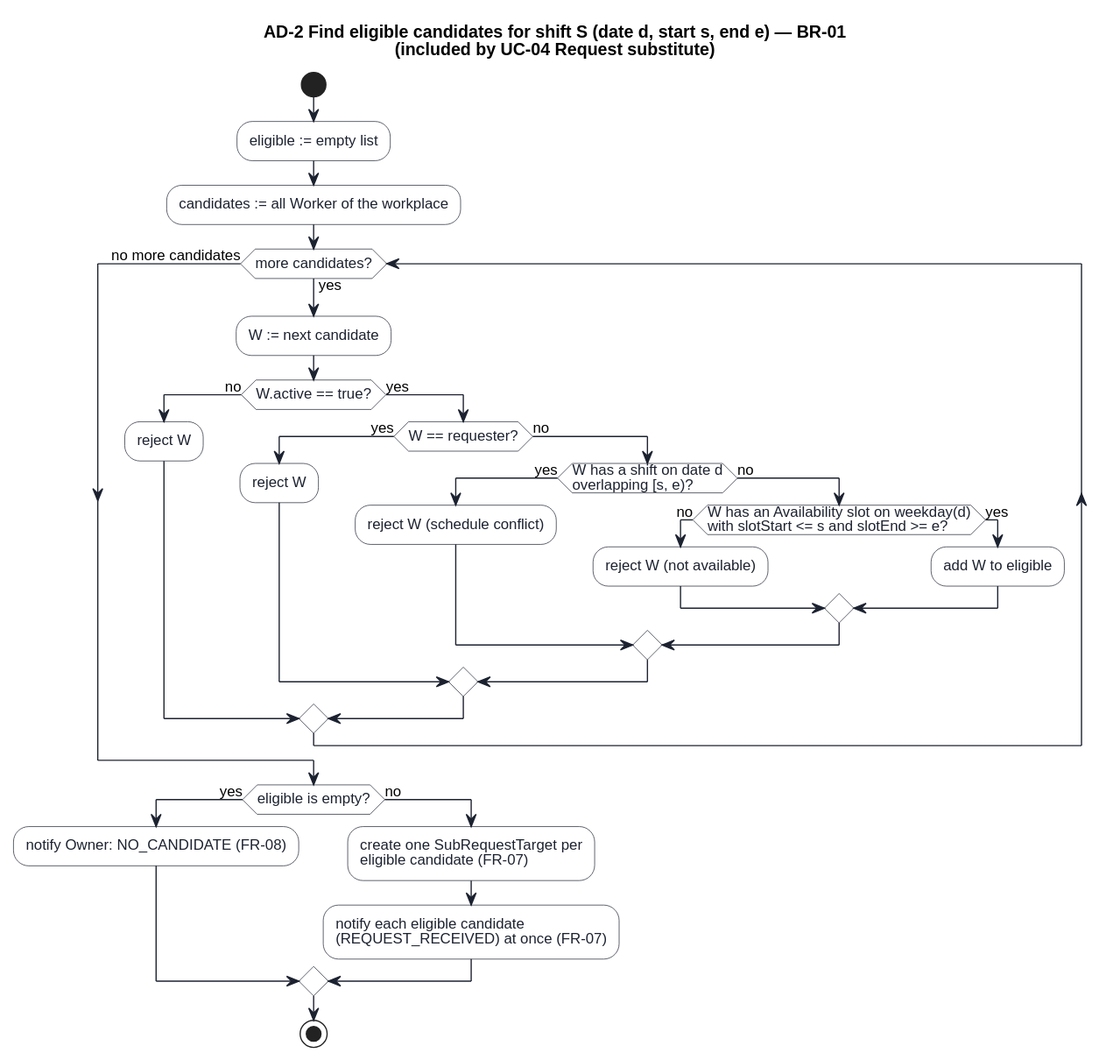
keemlogan/shiftswap keeps this PlantUML diagram as uml/activity-candidates.svg. Above is the earlier version.
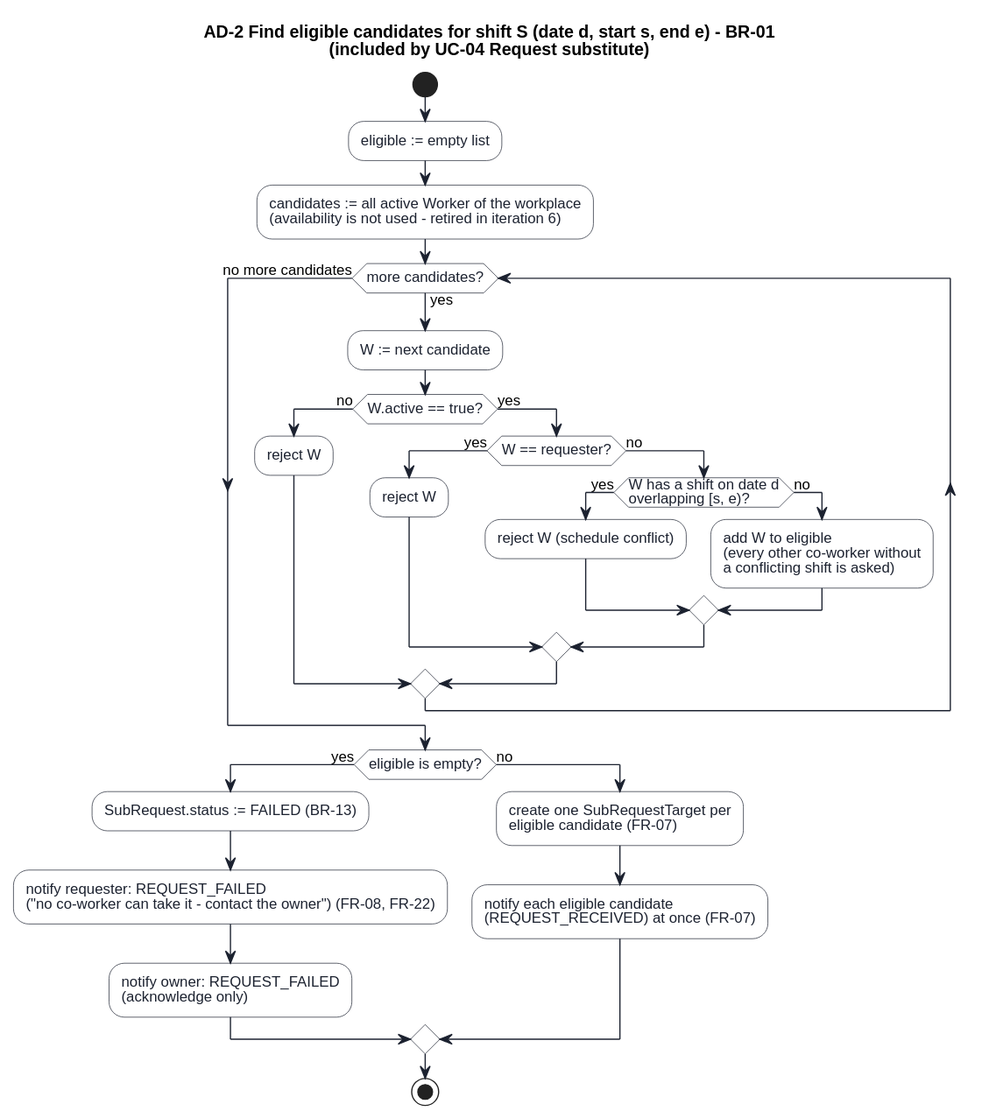
The same diagram one commit later.

Diff of the diagram source:
```diff
@@ -13,11 +13,11 @@
   DiamondBorderColor #1C2230
 }
 
-title AD-2 Find eligible candidates for shift S (date d, start s, end e) — BR-01\n(included by UC-04 Request substitute)
+title AD-2 Find eligible candidates for shift S (date d, start s, end e) - BR-01\n(included by UC-04 Request substitute)
 
 start
 :eligible := empty list;
-:candidates := all Worker of the workplace;
+:candidates := all active Worker of the workplace\n(availability is not used - retired in iteration 6);
 
 while (more candidates?) is (yes)
   :W := next candidate;
@@ -31,18 +31,16 @@
       if (W has a shift on date d\noverlapping [s, e)?) then (yes)
         :reject W (schedule conflict);
       else (no)
-        if (W has an Availability slot on weekday(d)\nwith slotStart <= s and slotEnd >= e?) then (no)
-          :reject W (not available);
-        else (yes)
-          :add W to eligible;
-        endif
+        :add W to eligible\n(every other co-worker without\na conflicting shift is asked);
       endif
     endif
   endif
 endwhile (no more candidates)
 
 if (eligible is empty?) then (yes)
-  :notify Owner: NO_CANDIDATE (FR-08);
+  :SubRequest.status := FAILED (BR-13);
+  :notify requester: REQUEST_FAILED\n("no co-worker can take it - contact the owner") (FR-08, FR-22);
+  :notify owner: REQUEST_FAILED\n(acknowledge only);
 else (no)
   :create one SubRequestTarget per\neligible candidate (FR-07);
   :notify each eligible candidate\n(REQUEST_RECEIVED) at once (FR-07);
```
